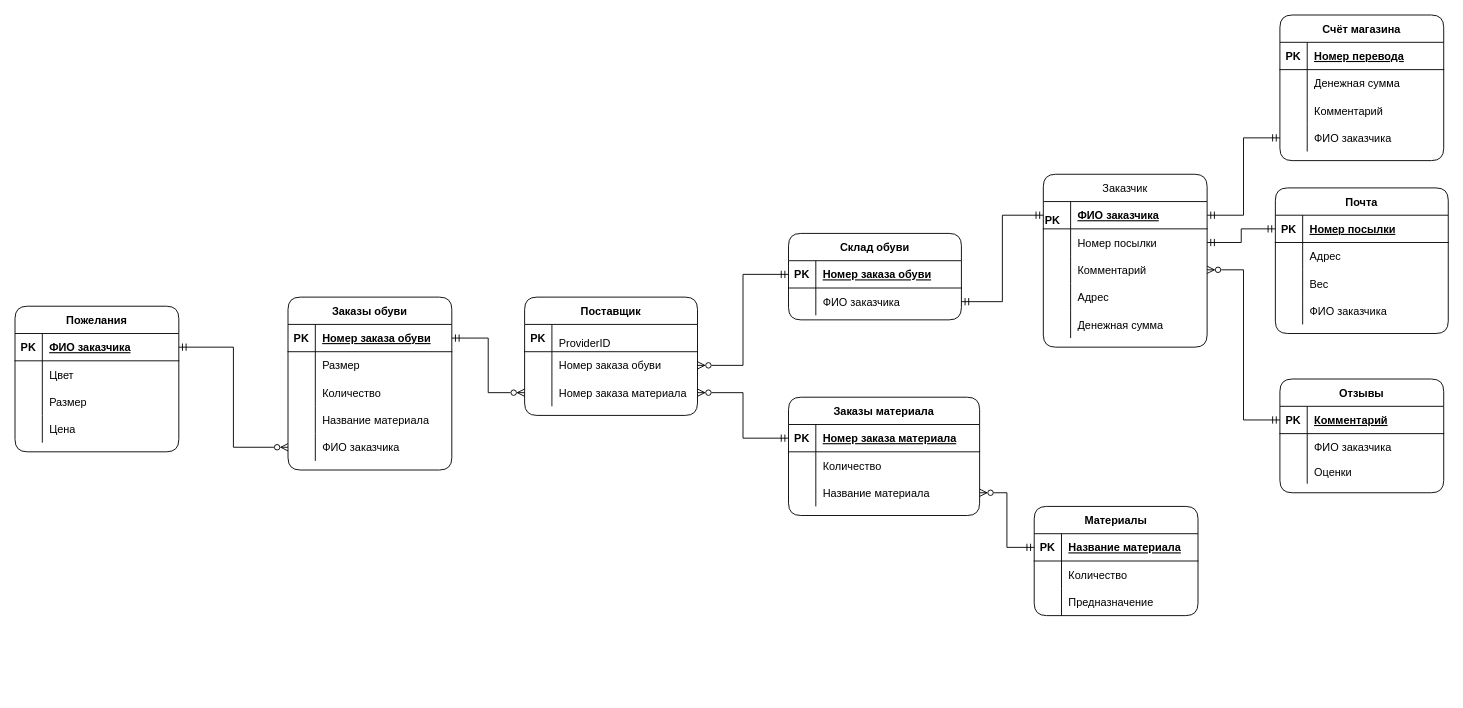
Above: Er.drawio in MorozovStanislav/Repozitory (draw.io), before the change. Source tidied: cells renumbered, new cells numbered last; positions are measured from the earlier drawing's top-left corner, leaving out a move shared by most shapes. Both pictures are drawn from the tidied source at 91%, with x=0, y=0 at pixel (15, 15).
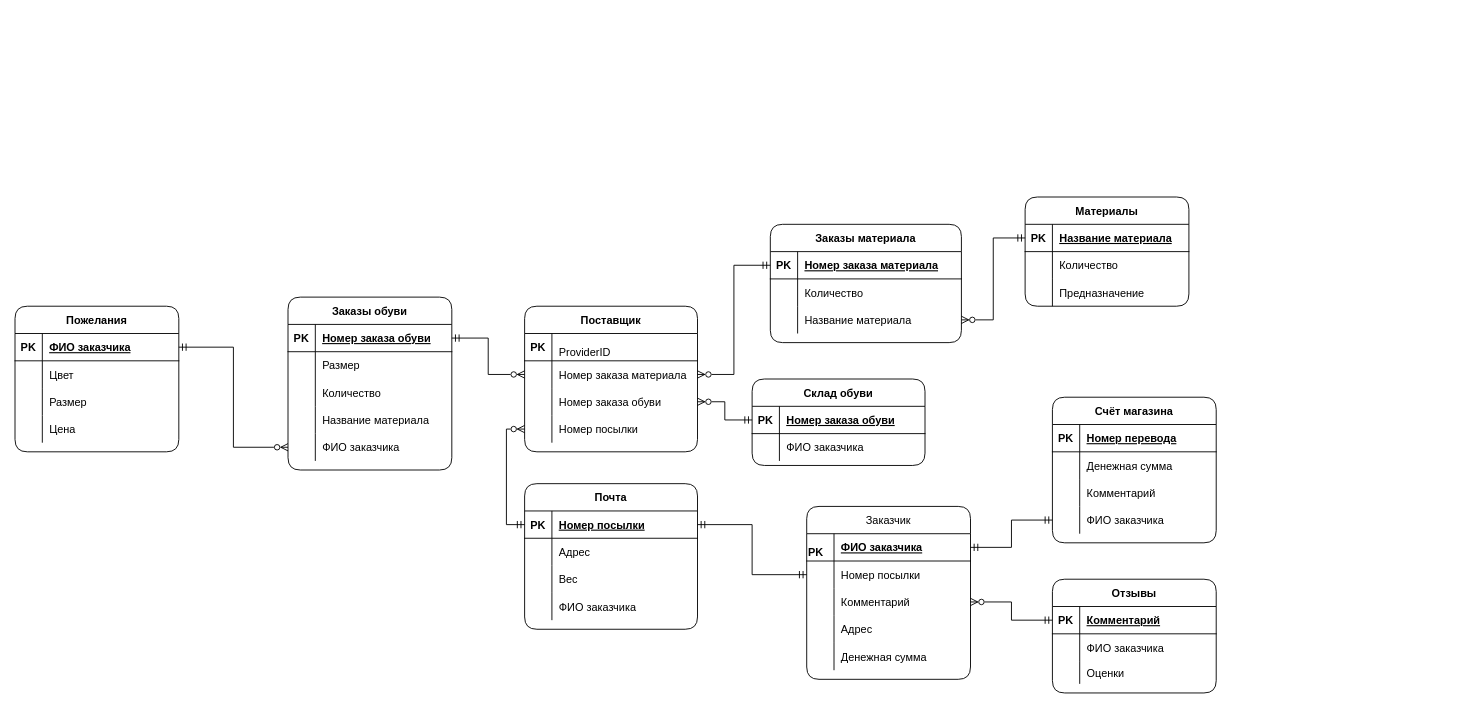
The same diagram, later.

Unchanged cells that the change refers to:
```xml
<mxCell id="81" style="shape=partialRectangle;fillColor=none;top=0;left=0;bottom=0;right=0;points=[[0,0.5],[1,0.5]];portConstraint=eastwest;" parent="77" vertex="1">
  <mxGeometry y="60" width="190" height="30" as="geometry" />
</mxCell>
<mxCell id="85" style="shape=partialRectangle;fillColor=none;top=0;left=0;bottom=1;right=0;points=[[0,0.5],[1,0.5]];portConstraint=eastwest;" parent="84" vertex="1">
  <mxGeometry y="30" width="190" height="30" as="geometry" />
</mxCell>
<mxCell id="113" style="shape=partialRectangle;fillColor=none;top=0;left=0;bottom=1;right=0;points=[[0,0.5],[1,0.5]];portConstraint=eastwest;rounded=1;sketch=0;align=left;verticalAlign=bottom;" parent="112" vertex="1">
  <mxGeometry y="30" width="180" height="30" as="geometry" />
</mxCell>
<mxCell id="116" style="shape=partialRectangle;fillColor=none;top=0;left=0;bottom=0;right=0;points=[[0,0.5],[1,0.5]];portConstraint=eastwest;rounded=1;sketch=0;align=left;verticalAlign=bottom;" parent="112" vertex="1">
  <mxGeometry y="60" width="180" height="30" as="geometry" />
</mxCell>
```

Change to the diagram source:
```diff
@@
     <mxCell id="18" value="Заказы материала" style="shape=table;startSize=30;childLayout=tableLayout;rowLines=0;fontStyle=1;align=center;rounded=1;" parent="1" vertex="1">
-      <mxGeometry x="850" y="420" width="210" height="130" as="geometry" />
+      <mxGeometry x="830" y="230" width="210" height="130" as="geometry" />
     </mxCell>
@@
     <mxCell id="41" value="Материалы" style="shape=table;startSize=30;childLayout=tableLayout;rowLines=0;fontStyle=1;align=center;rounded=1;" parent="1" vertex="1">
-      <mxGeometry x="1120" y="540" width="180" height="120" as="geometry" />
+      <mxGeometry x="1110" y="200" width="180" height="120" as="geometry" />
     </mxCell>
@@
     <mxCell id="54" value="Отзывы" style="shape=table;startSize=30;childLayout=tableLayout;rowLines=0;fontStyle=1;align=center;rounded=1;" parent="1" vertex="1">
-      <mxGeometry x="1390" y="400" width="180" height="125" as="geometry" />
+      <mxGeometry x="1140" y="620" width="180" height="125" as="geometry" />
     </mxCell>
@@
     <mxCell id="64" value="Счёт магазина" style="shape=table;startSize=30;childLayout=tableLayout;rowLines=0;fontStyle=1;align=center;rounded=1;" parent="1" vertex="1">
-      <mxGeometry x="1390" width="180" height="160" as="geometry" />
+      <mxGeometry x="1140" y="420" width="180" height="160" as="geometry" />
     </mxCell>
@@
     <mxCell id="77" value="Склад обуви" style="shape=table;startSize=30;childLayout=tableLayout;rowLines=0;fontStyle=1;align=center;rounded=1;" parent="1" vertex="1">
-      <mxGeometry x="850" y="240" width="190" height="95" as="geometry" />
+      <mxGeometry x="810" y="400" width="190" height="95" as="geometry" />
     </mxCell>
@@
     <mxCell id="84" value="Почта" style="shape=table;startSize=30;childLayout=tableLayout;rowLines=0;fontStyle=1;align=center;fillColor=default;swimlaneFillColor=none;perimeterSpacing=0;sketch=0;rounded=1;" parent="1" vertex="1">
-      <mxGeometry x="1385" y="190" width="190" height="160" as="geometry" />
+      <mxGeometry x="560" y="515" width="190" height="160" as="geometry" />
     </mxCell>
@@
     <mxCell id="97" value="Поставщик" style="shape=table;startSize=30;childLayout=tableLayout;rowLines=0;fontStyle=1;align=center;rounded=1;sketch=0;fillColor=default;gradientColor=none;" parent="1" vertex="1">
-      <mxGeometry x="560" y="310" width="190" height="130" as="geometry" />
+      <mxGeometry x="560" y="320" width="190" height="160" as="geometry" />
     </mxCell>
@@
+    <mxCell id="104" style="shape=partialRectangle;fillColor=none;top=0;left=0;bottom=0;right=0;points=[[0,0.5],[1,0.5]];portConstraint=eastwest;rounded=1;sketch=0;" parent="97" vertex="1">
+      <mxGeometry y="60" width="190" height="30" as="geometry" />
+    </mxCell>
+    <mxCell id="105" style="shape=partialRectangle;fillColor=none;top=0;left=0;bottom=0;right=0;overflow=hidden;rounded=1;sketch=0;" parent="104" vertex="1">
+      <mxGeometry width="30" height="30" as="geometry" />
+    </mxCell>
+    <mxCell id="106" value="Номер заказа материала" style="shape=partialRectangle;fillColor=none;top=0;left=0;bottom=0;right=0;align=left;spacingLeft=6;overflow=hidden;rounded=1;sketch=0;" parent="104" vertex="1">
+      <mxGeometry x="30" width="160" height="30" as="geometry" />
+    </mxCell>
     <mxCell id="101" style="shape=partialRectangle;fillColor=none;top=0;left=0;bottom=0;right=0;points=[[0,0.5],[1,0.5]];portConstraint=eastwest;rounded=1;sketch=0;" parent="97" vertex="1">
-      <mxGeometry y="60" width="190" height="30" as="geometry" />
+      <mxGeometry y="90" width="190" height="30" as="geometry" />
     </mxCell>
@@
-    <mxCell id="104" style="shape=partialRectangle;fillColor=none;top=0;left=0;bottom=0;right=0;points=[[0,0.5],[1,0.5]];portConstraint=eastwest;rounded=1;sketch=0;" parent="97" vertex="1">
-      <mxGeometry y="90" width="190" height="30" as="geometry" />
-    </mxCell>
-    <mxCell id="105" style="shape=partialRectangle;fillColor=none;top=0;left=0;bottom=0;right=0;overflow=hidden;rounded=1;sketch=0;" parent="104" vertex="1">
-      <mxGeometry width="30" height="30" as="geometry" />
-    </mxCell>
-    <mxCell id="106" value="Номер заказа материала" style="shape=partialRectangle;fillColor=none;top=0;left=0;bottom=0;right=0;align=left;spacingLeft=6;overflow=hidden;rounded=1;sketch=0;" parent="104" vertex="1">
-      <mxGeometry x="30" width="160" height="30" as="geometry" />
-    </mxCell>
+    <mxCell id="132" style="shape=partialRectangle;fillColor=none;top=0;left=0;bottom=0;right=0;points=[[0,0.5],[1,0.5]];portConstraint=eastwest;rounded=1;sketch=0;" parent="97" vertex="1">
+      <mxGeometry y="120" width="190" height="30" as="geometry" />
+    </mxCell>
+    <mxCell id="133" style="shape=partialRectangle;fillColor=none;top=0;left=0;bottom=0;right=0;overflow=hidden;rounded=1;sketch=0;" parent="132" vertex="1">
+      <mxGeometry width="30" height="30" as="geometry" />
+    </mxCell>
+    <mxCell id="134" value="Номер посылки" style="shape=partialRectangle;fillColor=none;top=0;left=0;bottom=0;right=0;align=left;spacingLeft=6;overflow=hidden;rounded=1;sketch=0;" parent="132" vertex="1">
+      <mxGeometry x="30" width="160" height="30" as="geometry" />
+    </mxCell>
@@
     <mxCell id="112" value="Заказчик" style="shape=table;startSize=30;childLayout=tableLayout;rowLines=0;fontStyle=0;align=center;rounded=1;sketch=0;fillColor=default;gradientColor=none;" parent="1" vertex="1">
-      <mxGeometry x="1130" y="175" width="180" height="190" as="geometry" />
+      <mxGeometry x="870" y="540" width="180" height="190" as="geometry" />
     </mxCell>
@@
-    <mxCell id="128" style="edgeStyle=orthogonalEdgeStyle;rounded=0;jettySize=auto;html=1;startArrow=ERmandOne;startFill=0;endArrow=ERmandOne;endFill=0;" parent="1" edge="1" source="81" target="113">
-      <mxGeometry relative="1" as="geometry" />
-    </mxCell>
@@
-    <mxCell id="131" style="edgeStyle=orthogonalEdgeStyle;rounded=0;jettySize=auto;html=1;entryX=1;entryY=0.5;entryDx=0;entryDy=0;startArrow=ERmandOne;startFill=0;endArrow=ERmandOne;endFill=0;" parent="1" edge="1" source="85" target="116">
+    <mxCell id="131" style="edgeStyle=orthogonalEdgeStyle;rounded=0;jettySize=auto;html=1;entryX=0;entryY=0.5;entryDx=0;entryDy=0;startArrow=ERmandOne;startFill=0;endArrow=ERmandOne;endFill=0;" parent="1" edge="1" source="85" target="116">
       <mxGeometry relative="1" as="geometry" />
     </mxCell>
+    <mxCell id="135" style="edgeStyle=orthogonalEdgeStyle;rounded=0;jettySize=auto;html=1;exitX=0;exitY=0.5;exitDx=0;exitDy=0;startArrow=ERmandOne;startFill=0;endArrow=ERzeroToMany;endFill=0;entryX=0;entryY=0.5;entryDx=0;entryDy=0;" parent="1" edge="1" source="85" target="132">
+      <mxGeometry relative="1" as="geometry" />
+    </mxCell>
```
